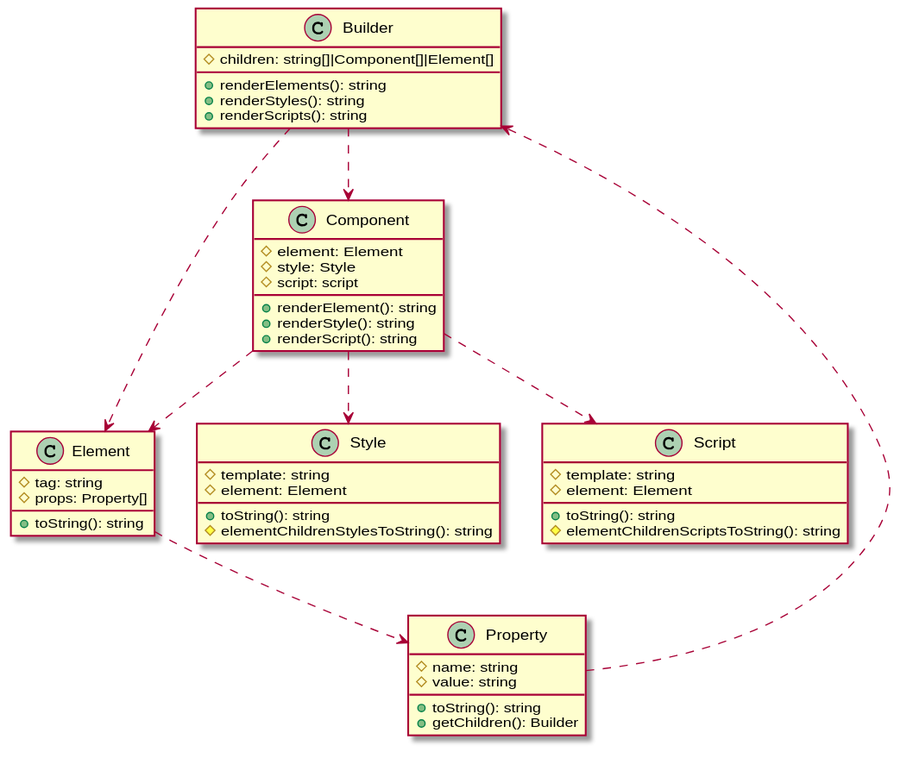
Before: docs/assets/main-class-diagram.svg, a diagram exported from PlantUML (LSVH/ssr-components).
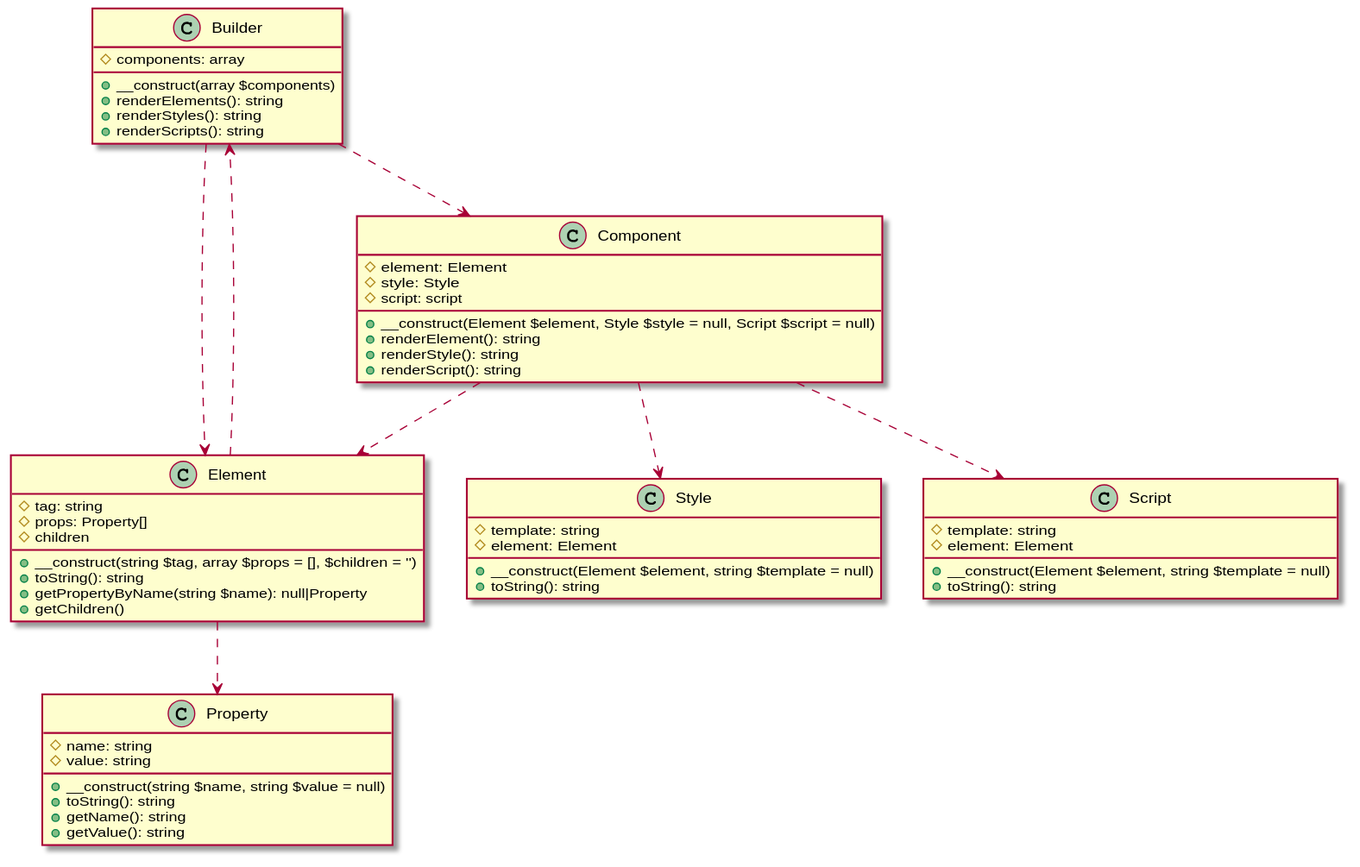
The same diagram one commit later.

The edit, as a diff of the source:
```diff
@@ -1,6 +1,7 @@
 @startuml
 class Builder {
-    # children: string[]|Component[]|Element[]
+    # components: array
+    + __construct(array $components)
     + renderElements(): string
     + renderStyles(): string
     + renderScripts(): string
@@ -10,6 +11,7 @@
     # element: Element
     # style: Style
     # script: script
+    + __construct(Element $element, Style $style = null, Script $script = null)
     + renderElement(): string
     + renderStyle(): string
     + renderScript(): string
@@ -18,28 +20,34 @@
 class Element {
     # tag: string
     # props: Property[]
+    # children
+    + __construct(string $tag, array $props = [], $children = '')
     + toString(): string
+    + getPropertyByName(string $name): null|Property
+    + getChildren()
 }
 
 class Property {
     # name: string
     # value: string
+    + __construct(string $name, string $value = null)
     + toString(): string
-    + getChildren(): Builder
+    + getName(): string
+    + getValue(): string
 }
 
 class Style {
     # template: string
     # element: Element
+    + __construct(Element $element, string $template = null)
     + toString(): string
-    # elementChildrenStylesToString(): string
 }
 
 class Script {
     # template: string
     # element: Element
+    + __construct(Element $element, string $template = null)
     + toString(): string
-    # elementChildrenScriptsToString(): string
 }
 
 Builder ..> Component
@@ -48,5 +56,5 @@
 Component ..> Style
 Component ..> Script
 Element ..> Property
-Property ..> Builder
+Element ..> Builder
 @enduml
```
